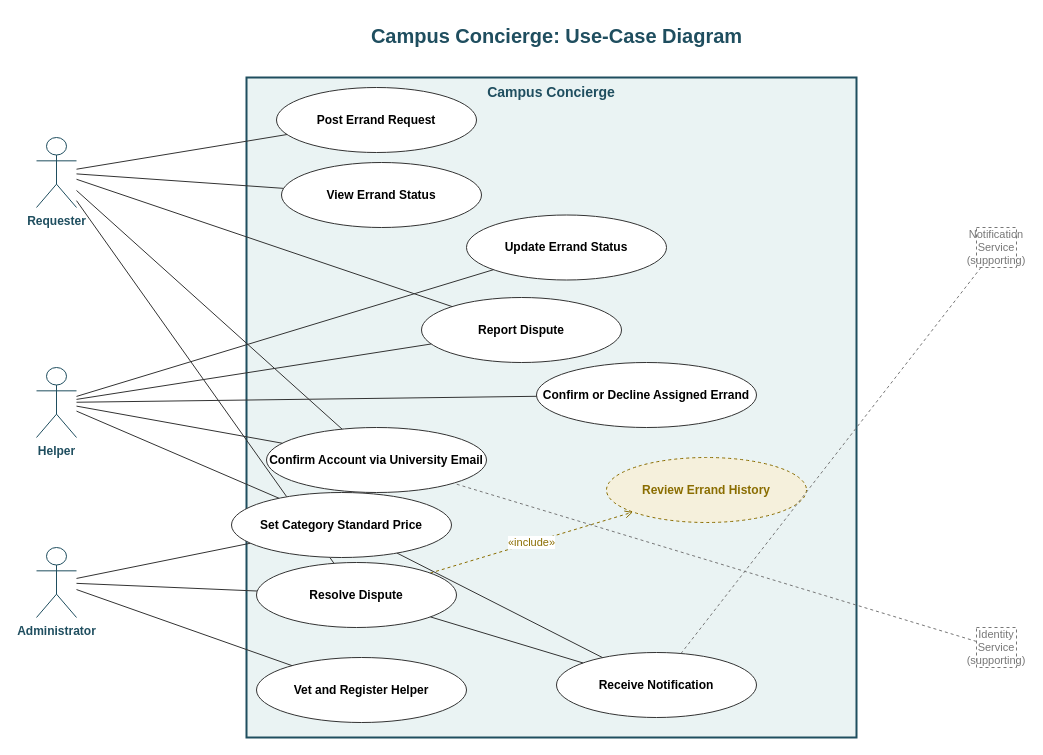
kaelowadingalo1-sys/CampusConcierge- keeps this draw.io diagram as models/use-cases/campus-concierge-use-cases.drawio. Above is the earlier version. Source tidied: cells renumbered, new cells numbered last; positions are measured from the earlier drawing's top-left corner, leaving out a move shared by most shapes. Both pictures are drawn from the tidied source at 100%, with x=0, y=0 at pixel (36, 17).
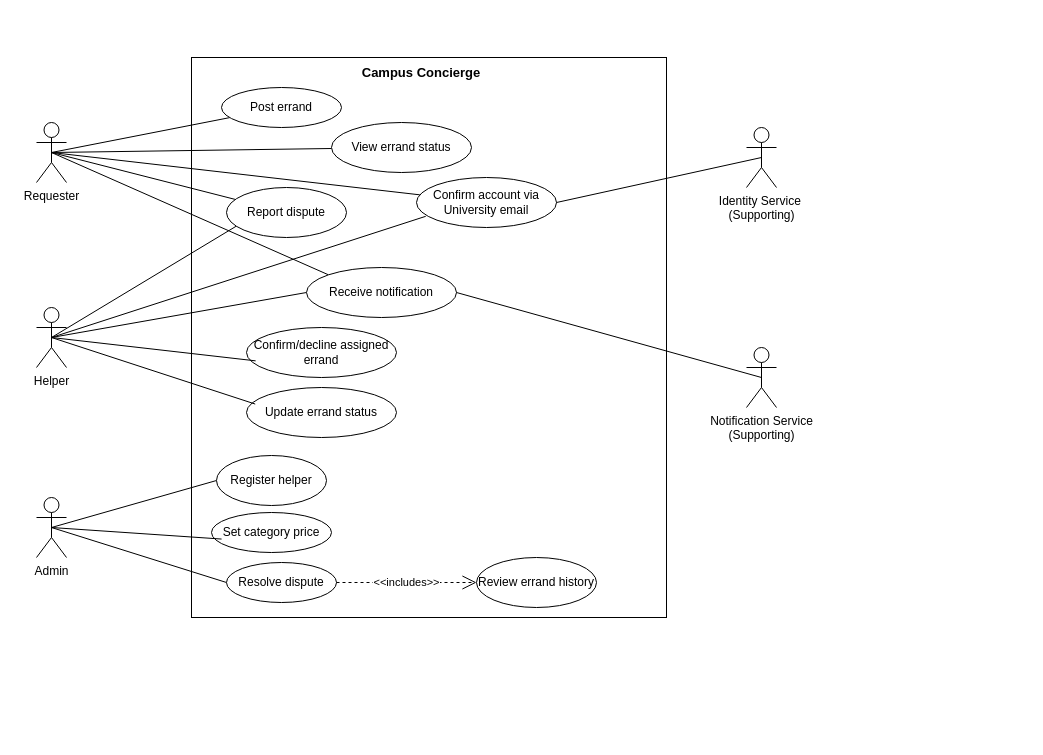
Above is the later version.

Commit message (it also covers changes not shown here):
Lab 3: functional requirements, acceptance criteria, quality scenarios, use case diagram

What changed in the source:
```diff
@@
-    <mxCell id="2" value="Campus Concierge: Use-Case Diagram" style="text;html=1;fontSize=20;fontStyle=1;fontColor=#1F4E5F;align=center;" parent="1" vertex="1">
-      <mxGeometry x="270" width="500" height="30" as="geometry" />
-    </mxCell>
+    <mxCell id="39" style="whiteSpace=wrap;html=1;" parent="1" vertex="1">
+      <mxGeometry x="155" y="40" width="475" height="560" as="geometry" />
+    </mxCell>
-    <mxCell id="3" value="Campus Concierge" style="rounded=0;whiteSpace=wrap;html=1;fillColor=#EAF3F3;strokeColor=#1F4E5F;strokeWidth=2;verticalAlign=top;fontStyle=1;fontColor=#1F4E5F;fontSize=14;" parent="1" vertex="1">
-      <mxGeometry x="210" y="60" width="610" height="660" as="geometry" />
+    <mxCell id="3" value="&lt;b&gt;&lt;font style=&quot;font-size: 13px;&quot;&gt;Campus Concierge&lt;/font&gt;&lt;/b&gt;" style="text;html=1;whiteSpace=wrap;strokeColor=none;fillColor=none;align=center;verticalAlign=middle;rounded=0;shadow=0;" parent="1" vertex="1">
+      <mxGeometry x="320" y="40" width="130" height="30" as="geometry" />
     </mxCell>
-    <mxCell id="4" value="Post Errand Request" style="ellipse;whiteSpace=wrap;html=1;fillColor=#ffffff;strokeColor=#333333;fontSize=12;fontStyle=1;" parent="1" vertex="1">
-      <mxGeometry x="240" y="70" width="200" height="65" as="geometry" />
-    </mxCell>
-    <mxCell id="5" value="Confirm or Decline Assigned Errand" style="ellipse;whiteSpace=wrap;html=1;fillColor=#ffffff;strokeColor=#333333;fontSize=12;fontStyle=1;" parent="1" vertex="1">
-      <mxGeometry x="500" y="345" width="220" height="65" as="geometry" />
-    </mxCell>
-    <mxCell id="6" value="View Errand Status" style="ellipse;whiteSpace=wrap;html=1;fillColor=#ffffff;strokeColor=#333333;fontSize=12;fontStyle=1;" parent="1" vertex="1">
-      <mxGeometry x="245" y="145" width="200" height="65" as="geometry" />
-    </mxCell>
-    <mxCell id="7" value="Update Errand Status" style="ellipse;whiteSpace=wrap;html=1;fillColor=#ffffff;strokeColor=#333333;fontSize=12;fontStyle=1;" parent="1" vertex="1">
-      <mxGeometry x="430" y="197.5" width="200" height="65" as="geometry" />
-    </mxCell>
-    <mxCell id="8" value="Report Dispute" style="ellipse;whiteSpace=wrap;html=1;fillColor=#ffffff;strokeColor=#333333;fontSize=12;fontStyle=1;" parent="1" vertex="1">
-      <mxGeometry x="385" y="280" width="200" height="65" as="geometry" />
-    </mxCell>
-    <mxCell id="9" value="Review Errand History" style="ellipse;whiteSpace=wrap;html=1;fillColor=#F5F0DC;strokeColor=#8A6D00;dashed=1;fontSize=12;fontStyle=1;fontColor=#8A6D00;" parent="1" vertex="1">
-      <mxGeometry x="570" y="440" width="200" height="65" as="geometry" />
-    </mxCell>
-    <mxCell id="10" value="Vet and Register Helper" style="ellipse;whiteSpace=wrap;html=1;fillColor=#ffffff;strokeColor=#333333;fontSize=12;fontStyle=1;" parent="1" vertex="1">
-      <mxGeometry x="220" y="640" width="210" height="65" as="geometry" />
-    </mxCell>
-    <mxCell id="11" value="Confirm Account via University Email" style="ellipse;whiteSpace=wrap;html=1;fillColor=#ffffff;strokeColor=#333333;fontSize=12;fontStyle=1;" parent="1" vertex="1">
-      <mxGeometry x="230" y="410" width="220" height="65" as="geometry" />
-    </mxCell>
-    <mxCell id="12" value="Receive Notification" style="ellipse;whiteSpace=wrap;html=1;fillColor=#ffffff;strokeColor=#333333;fontSize=12;fontStyle=1;" parent="1" vertex="1">
-      <mxGeometry x="520" y="635" width="200" height="65" as="geometry" />
-    </mxCell>
-    <mxCell id="13" value="«include»" style="edgeStyle=none;html=1;endArrow=open;dashed=1;strokeColor=#8A6D00;fontColor=#8A6D00;fontSize=11;" parent="1" edge="1" source="36" target="9">
-      <mxGeometry relative="1" as="geometry" />
-    </mxCell>
+    <mxCell id="40" style="rounded=0;jettySize=auto;html=1;exitDx=0;exitDy=0;exitPerimeter=0;entryDx=0;entryDy=0;shape=wire;dashed=1;endArrow=none;endFill=0;exitX=0.5;exitY=0.5;" parent="1" edge="1" source="14" target="50">
+      <mxGeometry relative="1" as="geometry" />
+    </mxCell>
+    <mxCell id="41" style="rounded=0;jettySize=auto;html=1;endArrow=none;endFill=0;exitX=0.5;exitY=0.5;exitDx=0;exitDy=0;exitPerimeter=0;" parent="1" edge="1" source="14" target="53">
+      <mxGeometry relative="1" as="geometry" />
+    </mxCell>
+    <mxCell id="42" style="edgeStyle=none;shape=wire;rounded=0;jettySize=auto;html=1;exitX=0.5;exitY=0.5;exitDx=0;exitDy=0;exitPerimeter=0;dashed=1;strokeColor=default;align=center;verticalAlign=middle;fontFamily=Helvetica;fontSize=11;fontColor=default;labelBackgroundColor=default;endArrow=none;endFill=0;" parent="1" edge="1" source="14" target="52">
+      <mxGeometry relative="1" as="geometry" />
+    </mxCell>
+    <mxCell id="43" style="edgeStyle=none;shape=wire;rounded=0;jettySize=auto;html=1;exitX=0.5;exitY=0.5;exitDx=0;exitDy=0;exitPerimeter=0;dashed=1;strokeColor=default;align=center;verticalAlign=middle;fontFamily=Helvetica;fontSize=11;fontColor=default;labelBackgroundColor=default;endArrow=none;endFill=0;" parent="1" edge="1" source="14" target="57">
+      <mxGeometry relative="1" as="geometry" />
+    </mxCell>
+    <mxCell id="44" style="edgeStyle=none;shape=wire;rounded=0;jettySize=auto;html=1;exitX=0.5;exitY=0.5;exitDx=0;exitDy=0;exitPerimeter=0;dashed=1;strokeColor=default;align=center;verticalAlign=middle;fontFamily=Helvetica;fontSize=11;fontColor=default;labelBackgroundColor=default;endArrow=none;endFill=0;entryX=0;entryY=0;entryDx=0;entryDy=0;" parent="1" edge="1" source="14" target="61">
+      <mxGeometry relative="1" as="geometry" />
+    </mxCell>
-    <mxCell id="14" value="Requester" style="shape=umlActor;verticalLabelPosition=bottom;verticalAlign=top;html=1;strokeColor=#1F4E5F;fontColor=#1F4E5F;fontStyle=1;" parent="1" vertex="1">
-      <mxGeometry y="120" width="40" height="70" as="geometry" />
+    <mxCell id="14" value="Requester" style="shape=umlActor;verticalLabelPosition=bottom;verticalAlign=top;html=1;outlineConnect=0;" parent="1" vertex="1">
+      <mxGeometry y="105" width="30" height="60" as="geometry" />
     </mxCell>
+    <mxCell id="45" style="edgeStyle=none;shape=wire;rounded=0;jettySize=auto;html=1;exitX=0.5;exitY=0.5;exitDx=0;exitDy=0;exitPerimeter=0;dashed=1;strokeColor=default;align=center;verticalAlign=middle;fontFamily=Helvetica;fontSize=11;fontColor=default;labelBackgroundColor=default;endArrow=none;endFill=0;entryX=0.092;entryY=0.758;entryDx=0;entryDy=0;entryPerimeter=0;" parent="1" edge="1" source="15" target="52">
+      <mxGeometry relative="1" as="geometry" />
+    </mxCell>
+    <mxCell id="46" style="edgeStyle=none;shape=wire;rounded=0;jettySize=auto;html=1;exitX=0.5;exitY=0.5;exitDx=0;exitDy=0;exitPerimeter=0;dashed=1;strokeColor=default;align=center;verticalAlign=middle;fontFamily=Helvetica;fontSize=11;fontColor=default;labelBackgroundColor=default;endArrow=none;endFill=0;entryX=0;entryY=0.5;entryDx=0;entryDy=0;" parent="1" edge="1" source="15" target="61">
+      <mxGeometry relative="1" as="geometry" />
+    </mxCell>
-    <mxCell id="15" value="Helper" style="shape=umlActor;verticalLabelPosition=bottom;verticalAlign=top;html=1;strokeColor=#1F4E5F;fontColor=#1F4E5F;fontStyle=1;" parent="1" vertex="1">
-      <mxGeometry y="350" width="40" height="70" as="geometry" />
+    <mxCell id="15" value="Helper" style="shape=umlActor;verticalLabelPosition=bottom;verticalAlign=top;html=1;outlineConnect=0;" parent="1" vertex="1">
+      <mxGeometry y="290" width="30" height="60" as="geometry" />
     </mxCell>
-    <mxCell id="16" value="Administrator" style="shape=umlActor;verticalLabelPosition=bottom;verticalAlign=top;html=1;strokeColor=#1F4E5F;fontColor=#1F4E5F;fontStyle=1;" parent="1" vertex="1">
-      <mxGeometry y="530" width="40" height="70" as="geometry" />
-    </mxCell>
-    <mxCell id="17" value="Identity Service&#10;(supporting)" style="rounded=0;whiteSpace=wrap;html=1;strokeColor=#777777;dashed=1;fontColor=#777777;fontSize=11;fillColor=none;" parent="1" vertex="1">
-      <mxGeometry x="940" y="610" width="40" height="40" as="geometry" />
-    </mxCell>
-    <mxCell id="18" value="Notification Service&#10;(supporting)" style="rounded=0;whiteSpace=wrap;html=1;strokeColor=#777777;dashed=1;fontColor=#777777;fontSize=11;fillColor=none;" parent="1" vertex="1">
-      <mxGeometry x="940" y="210" width="40" height="40" as="geometry" />
-    </mxCell>
-    <mxCell id="19" style="edgeStyle=none;html=1;endArrow=none;strokeColor=#333333;" parent="1" edge="1" source="14" target="4">
-      <mxGeometry relative="1" as="geometry" />
-    </mxCell>
-    <mxCell id="20" style="edgeStyle=none;html=1;endArrow=none;strokeColor=#333333;" parent="1" edge="1" source="14" target="6">
-      <mxGeometry relative="1" as="geometry" />
-    </mxCell>
-    <mxCell id="21" style="edgeStyle=none;html=1;endArrow=none;strokeColor=#333333;" parent="1" edge="1" source="14" target="8">
-      <mxGeometry relative="1" as="geometry" />
-    </mxCell>
-    <mxCell id="22" style="edgeStyle=none;html=1;endArrow=none;strokeColor=#333333;" parent="1" edge="1" source="14" target="11">
-      <mxGeometry relative="1" as="geometry" />
-    </mxCell>
-    <mxCell id="23" style="edgeStyle=none;html=1;endArrow=none;strokeColor=#333333;" parent="1" edge="1" source="36" target="12">
-      <mxGeometry relative="1" as="geometry" />
-    </mxCell>
-    <mxCell id="24" style="edgeStyle=none;html=1;endArrow=none;strokeColor=#333333;" parent="1" edge="1" source="15" target="5">
-      <mxGeometry relative="1" as="geometry" />
-    </mxCell>
-    <mxCell id="25" style="edgeStyle=none;html=1;endArrow=none;strokeColor=#333333;" parent="1" edge="1" source="15" target="7">
-      <mxGeometry relative="1" as="geometry" />
-    </mxCell>
-    <mxCell id="26" style="edgeStyle=none;html=1;endArrow=none;strokeColor=#333333;" parent="1" edge="1" source="15" target="8">
-      <mxGeometry relative="1" as="geometry" />
-    </mxCell>
-    <mxCell id="27" style="edgeStyle=none;html=1;endArrow=none;strokeColor=#333333;" parent="1" edge="1" source="15" target="11">
-      <mxGeometry relative="1" as="geometry" />
-    </mxCell>
-    <mxCell id="28" style="edgeStyle=none;html=1;endArrow=none;strokeColor=#333333;" parent="1" edge="1" source="38" target="12">
-      <mxGeometry relative="1" as="geometry" />
-    </mxCell>
-    <mxCell id="29" style="edgeStyle=none;html=1;endArrow=none;strokeColor=#333333;" parent="1" edge="1" source="16" target="36">
-      <mxGeometry relative="1" as="geometry" />
-    </mxCell>
-    <mxCell id="30" style="edgeStyle=none;html=1;endArrow=none;strokeColor=#333333;" parent="1" edge="1" source="16" target="10">
-      <mxGeometry relative="1" as="geometry" />
-    </mxCell>
-    <mxCell id="31" style="edgeStyle=none;html=1;endArrow=none;strokeColor=#333333;" parent="1" edge="1" source="16" target="38">
-      <mxGeometry relative="1" as="geometry" />
-    </mxCell>
-    <mxCell id="32" style="edgeStyle=none;html=1;endArrow=none;strokeColor=#777777;dashed=1;" parent="1" edge="1" source="17" target="11">
-      <mxGeometry relative="1" as="geometry" />
-    </mxCell>
-    <mxCell id="33" style="edgeStyle=none;html=1;endArrow=none;strokeColor=#777777;dashed=1;" parent="1" edge="1" source="18" target="12">
-      <mxGeometry relative="1" as="geometry" />
-    </mxCell>
-    <mxCell id="34" style="edgeStyle=orthogonalEdgeStyle;rounded=0;orthogonalLoop=1;jettySize=auto;html=1;innerLoopWaypoints=1;exitX=0.5;exitY=1;exitDx=0;exitDy=0;" parent="1" edge="1" source="7" target="7">
-      <mxGeometry relative="1" as="geometry" />
-    </mxCell>
-    <mxCell id="35" style="edgeStyle=none;html=1;endArrow=none;strokeColor=#333333;" parent="1" edge="1" source="14" target="36">
-      <mxGeometry relative="1" as="geometry" />
-    </mxCell>
-    <mxCell id="36" value="Resolve Dispute" style="ellipse;whiteSpace=wrap;html=1;fillColor=#ffffff;strokeColor=#333333;fontSize=12;fontStyle=1;" parent="1" vertex="1">
-      <mxGeometry x="220" y="545" width="200" height="65" as="geometry" />
-    </mxCell>
-    <mxCell id="37" style="edgeStyle=none;html=1;endArrow=none;strokeColor=#333333;" parent="1" edge="1" source="15" target="38">
-      <mxGeometry relative="1" as="geometry" />
-    </mxCell>
-    <mxCell id="38" value="Set Category Standard Price" style="ellipse;whiteSpace=wrap;html=1;fillColor=#ffffff;strokeColor=#333333;fontSize=12;fontStyle=1;" parent="1" vertex="1">
-      <mxGeometry x="195" y="475" width="220" height="65" as="geometry" />
-    </mxCell>
+    <mxCell id="47" style="edgeStyle=none;shape=wire;rounded=0;jettySize=auto;html=1;exitX=0.5;exitY=0.5;exitDx=0;exitDy=0;exitPerimeter=0;entryX=0;entryY=0.5;entryDx=0;entryDy=0;dashed=1;strokeColor=default;align=center;verticalAlign=middle;fontFamily=Helvetica;fontSize=11;fontColor=default;labelBackgroundColor=default;endArrow=none;endFill=0;" parent="1" edge="1" source="49" target="56">
+      <mxGeometry relative="1" as="geometry" />
+    </mxCell>
+    <mxCell id="48" style="edgeStyle=none;shape=wire;rounded=0;jettySize=auto;html=1;exitX=0.5;exitY=0.5;exitDx=0;exitDy=0;exitPerimeter=0;entryX=0;entryY=0.5;entryDx=0;entryDy=0;dashed=1;strokeColor=default;align=center;verticalAlign=middle;fontFamily=Helvetica;fontSize=11;fontColor=default;labelBackgroundColor=default;endArrow=none;endFill=0;" parent="1" edge="1" source="49" target="54">
+      <mxGeometry relative="1" as="geometry" />
+    </mxCell>
+    <mxCell id="49" value="Admin" style="shape=umlActor;verticalLabelPosition=bottom;verticalAlign=top;html=1;outlineConnect=0;" parent="1" vertex="1">
+      <mxGeometry y="480" width="30" height="60" as="geometry" />
+    </mxCell>
+    <mxCell id="50" value="Post errand" style="ellipse;whiteSpace=wrap;html=1;shapeInside=1;" parent="1" vertex="1">
+      <mxGeometry x="185" y="70" width="120" height="40" as="geometry" />
+    </mxCell>
+    <mxCell id="51" value="Confirm/decline assigned errand" style="ellipse;whiteSpace=wrap;html=1;shapeInside=1;" parent="1" vertex="1">
+      <mxGeometry x="210" y="310" width="150" height="50" as="geometry" />
+    </mxCell>
+    <mxCell id="52" value="Report dispute" style="ellipse;whiteSpace=wrap;html=1;shapeInside=1;" parent="1" vertex="1">
+      <mxGeometry x="190" y="170" width="120" height="50" as="geometry" />
+    </mxCell>
+    <mxCell id="53" value="View errand status" style="ellipse;whiteSpace=wrap;html=1;shapeInside=1;" parent="1" vertex="1">
+      <mxGeometry x="295" y="105" width="140" height="50" as="geometry" />
+    </mxCell>
+    <mxCell id="54" value="Resolve dispute" style="ellipse;whiteSpace=wrap;html=1;shapeInside=1;" parent="1" vertex="1">
+      <mxGeometry x="190" y="545" width="110" height="40" as="geometry" />
+    </mxCell>
+    <mxCell id="55" value="Update errand status" style="ellipse;whiteSpace=wrap;html=1;shapeInside=1;" parent="1" vertex="1">
+      <mxGeometry x="210" y="370" width="150" height="50" as="geometry" />
+    </mxCell>
+    <mxCell id="56" value="Register helper" style="ellipse;whiteSpace=wrap;html=1;shapeInside=1;" parent="1" vertex="1">
+      <mxGeometry x="180" y="438" width="110" height="50" as="geometry" />
+    </mxCell>
+    <mxCell id="57" value="Confirm account via University email" style="ellipse;whiteSpace=wrap;html=1;shapeInside=1;" parent="1" vertex="1">
+      <mxGeometry x="380" y="160" width="140" height="50" as="geometry" />
+    </mxCell>
+    <mxCell id="58" value="Set category price" style="ellipse;whiteSpace=wrap;html=1;shapeInside=1;" parent="1" vertex="1">
+      <mxGeometry x="175" y="495" width="120" height="40" as="geometry" />
+    </mxCell>
+    <mxCell id="59" value="Review errand history" style="ellipse;whiteSpace=wrap;html=1;shapeInside=1;" parent="1" vertex="1">
+      <mxGeometry x="440" y="540" width="120" height="50" as="geometry" />
+    </mxCell>
+    <mxCell id="60" value="&amp;lt;&amp;lt;includes&amp;gt;&amp;gt;" style="endArrow=open;endSize=12;dashed=1;html=1;rounded=0;entryX=0;entryY=0.5;entryDx=0;entryDy=0;" parent="1" edge="1" source="54" target="59">
+      <mxGeometry relative="1" as="geometry" />
+    </mxCell>
+    <mxCell id="61" value="Receive notification" style="ellipse;whiteSpace=wrap;html=1;shapeInside=1;" parent="1" vertex="1">
+      <mxGeometry x="270" y="250" width="150" height="50" as="geometry" />
+    </mxCell>
+    <mxCell id="62" style="edgeStyle=none;shape=wire;rounded=0;jettySize=auto;html=1;exitX=0.5;exitY=0.5;exitDx=0;exitDy=0;exitPerimeter=0;entryX=0.058;entryY=0.331;entryDx=0;entryDy=0;entryPerimeter=0;dashed=1;strokeColor=default;align=center;verticalAlign=middle;fontFamily=Helvetica;fontSize=11;fontColor=default;labelBackgroundColor=default;endArrow=none;endFill=0;" parent="1" edge="1" source="15" target="55">
+      <mxGeometry relative="1" as="geometry" />
+    </mxCell>
+    <mxCell id="63" style="edgeStyle=none;shape=wire;rounded=0;jettySize=auto;html=1;exitX=0.5;exitY=0.5;exitDx=0;exitDy=0;exitPerimeter=0;entryX=0.061;entryY=0.667;entryDx=0;entryDy=0;entryPerimeter=0;dashed=1;strokeColor=default;align=center;verticalAlign=middle;fontFamily=Helvetica;fontSize=11;fontColor=default;labelBackgroundColor=default;endArrow=none;endFill=0;" parent="1" edge="1" source="15" target="51">
+      <mxGeometry relative="1" as="geometry" />
+    </mxCell>
+    <mxCell id="64" style="edgeStyle=none;shape=wire;rounded=0;jettySize=auto;html=1;exitX=0.5;exitY=0.5;exitDx=0;exitDy=0;exitPerimeter=0;entryX=0.066;entryY=0.776;entryDx=0;entryDy=0;entryPerimeter=0;dashed=1;strokeColor=default;align=center;verticalAlign=middle;fontFamily=Helvetica;fontSize=11;fontColor=default;labelBackgroundColor=default;endArrow=none;endFill=0;" parent="1" edge="1" source="15" target="57">
+      <mxGeometry relative="1" as="geometry" />
+    </mxCell>
+    <mxCell id="65" style="edgeStyle=none;shape=wire;rounded=0;jettySize=auto;html=1;exitX=0.5;exitY=0.5;exitDx=0;exitDy=0;exitPerimeter=0;entryX=0.084;entryY=0.664;entryDx=0;entryDy=0;entryPerimeter=0;dashed=1;strokeColor=default;align=center;verticalAlign=middle;fontFamily=Helvetica;fontSize=11;fontColor=default;labelBackgroundColor=default;endArrow=none;endFill=0;" parent="1" edge="1" source="49" target="58">
+      <mxGeometry relative="1" as="geometry" />
+    </mxCell>
+    <mxCell id="66" value="Notification Service&lt;div&gt;(Supporting)&lt;/div&gt;" style="shape=umlActor;verticalLabelPosition=bottom;verticalAlign=top;html=1;outlineConnect=0;" parent="1" vertex="1">
+      <mxGeometry x="710" y="330" width="30" height="60" as="geometry" />
+    </mxCell>
+    <mxCell id="67" value="Identity Service&amp;nbsp;&lt;div&gt;(Supporting)&lt;/div&gt;" style="shape=umlActor;verticalLabelPosition=bottom;verticalAlign=top;html=1;outlineConnect=0;" parent="1" vertex="1">
+      <mxGeometry x="710" y="110" width="30" height="60" as="geometry" />
+    </mxCell>
+    <mxCell id="68" style="edgeStyle=none;shape=wire;rounded=0;jettySize=auto;html=1;exitX=1;exitY=0.5;exitDx=0;exitDy=0;entryX=0.5;entryY=0.5;entryDx=0;entryDy=0;entryPerimeter=0;dashed=1;strokeColor=default;align=center;verticalAlign=middle;fontFamily=Helvetica;fontSize=11;fontColor=default;labelBackgroundColor=default;endArrow=none;endFill=0;" parent="1" edge="1" source="57" target="67">
+      <mxGeometry relative="1" as="geometry" />
+    </mxCell>
+    <mxCell id="69" style="edgeStyle=none;shape=wire;rounded=0;jettySize=auto;html=1;exitX=1;exitY=0.5;exitDx=0;exitDy=0;entryX=0.5;entryY=0.5;entryDx=0;entryDy=0;entryPerimeter=0;dashed=1;strokeColor=default;align=center;verticalAlign=middle;fontFamily=Helvetica;fontSize=11;fontColor=default;labelBackgroundColor=default;endArrow=none;endFill=0;" parent="1" edge="1" source="61" target="66">
+      <mxGeometry relative="1" as="geometry" />
+    </mxCell>
```
